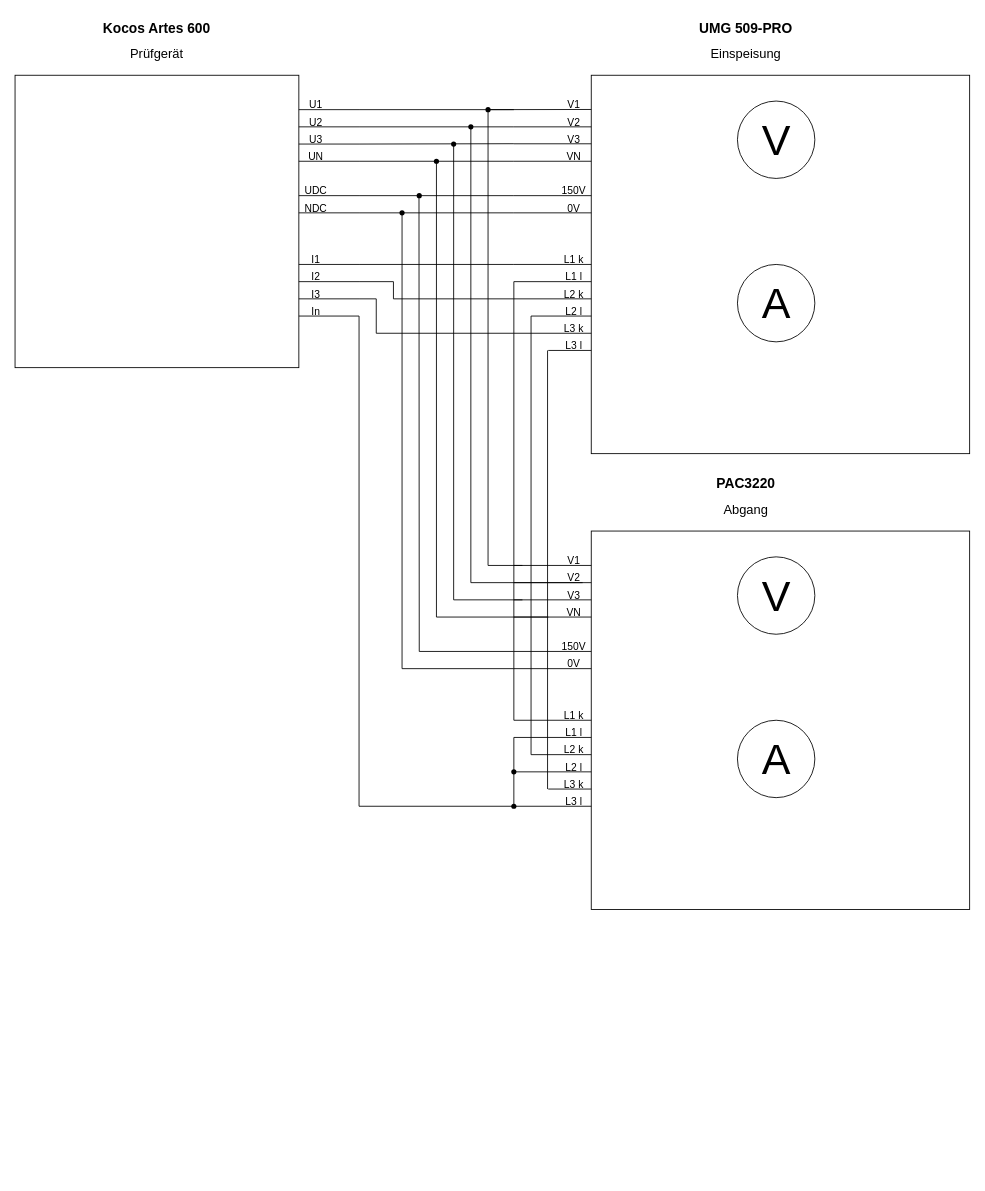
This is visuals/Testmessung1.drawio from Helge-Steinhorst/ISO50001WebBrowser, a draw.io file, before an edit. Source tidied: cells renumbered, new cells numbered last; positions are measured from the earlier drawing's top-left corner, leaving out a move shared by most shapes. Both pictures are drawn from the tidied source at 86%, with x=0, y=0 at pixel (15, 15).
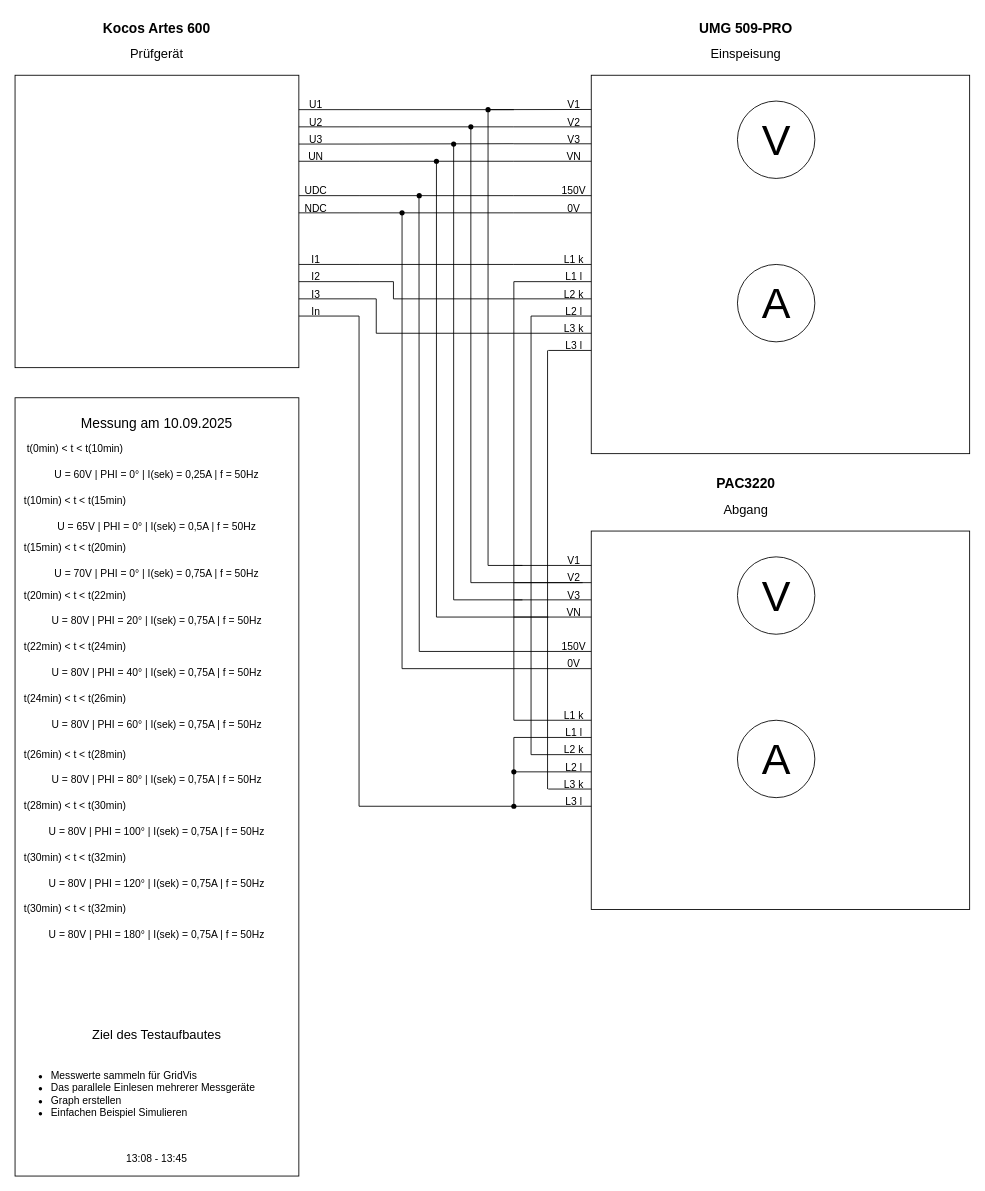
The same diagram, later.

Change to the diagram source:
```diff
@@
+    <mxCell id="124" style="rounded=0;whiteSpace=wrap;html=1;fillColor=none;" parent="1" vertex="1">
+      <mxGeometry y="445" width="330" height="905" as="geometry" />
+    </mxCell>
@@
+    <mxCell id="125" value="Messung am 10.09.2025" style="text;html=1;align=center;verticalAlign=middle;whiteSpace=wrap;rounded=0;fontSize=16;" parent="1" vertex="1">
+      <mxGeometry y="460" width="330" height="30" as="geometry" />
+    </mxCell>
+    <mxCell id="126" value="t(0min) &amp;lt; t &amp;lt; t(10min)" style="text;html=1;align=center;verticalAlign=middle;whiteSpace=wrap;rounded=0;" parent="1" vertex="1">
+      <mxGeometry y="490" width="140" height="30" as="geometry" />
+    </mxCell>
+    <mxCell id="127" value="U = 60V | PHI = 0° | I(sek) = 0,25A | f = 50Hz" style="text;html=1;align=center;verticalAlign=middle;whiteSpace=wrap;rounded=0;" parent="1" vertex="1">
+      <mxGeometry y="520" width="330" height="30" as="geometry" />
+    </mxCell>
+    <mxCell id="128" value="t(10min) &amp;lt; t &amp;lt; t(15min)" style="text;html=1;align=center;verticalAlign=middle;whiteSpace=wrap;rounded=0;" parent="1" vertex="1">
+      <mxGeometry y="550" width="140" height="30" as="geometry" />
+    </mxCell>
+    <mxCell id="129" value="U = 65V | PHI = 0° | I(sek) = 0,5A | f = 50Hz" style="text;html=1;align=center;verticalAlign=middle;whiteSpace=wrap;rounded=0;" parent="1" vertex="1">
+      <mxGeometry y="580" width="330" height="30" as="geometry" />
+    </mxCell>
+    <mxCell id="130" value="t(15min) &amp;lt; t &amp;lt; t(20min)" style="text;html=1;align=center;verticalAlign=middle;whiteSpace=wrap;rounded=0;" parent="1" vertex="1">
+      <mxGeometry y="605" width="140" height="30" as="geometry" />
+    </mxCell>
+    <mxCell id="131" value="U = 70V | PHI = 0° | I(sek) = 0,75A | f = 50Hz" style="text;html=1;align=center;verticalAlign=middle;whiteSpace=wrap;rounded=0;" parent="1" vertex="1">
+      <mxGeometry y="635" width="330" height="30" as="geometry" />
+    </mxCell>
+    <mxCell id="132" value="t(20min) &amp;lt; t &amp;lt; t(22min)" style="text;html=1;align=center;verticalAlign=middle;whiteSpace=wrap;rounded=0;" parent="1" vertex="1">
+      <mxGeometry y="660" width="140" height="30" as="geometry" />
+    </mxCell>
+    <mxCell id="133" value="U = 80V | PHI = 20° | I(sek) = 0,75A | f = 50Hz" style="text;html=1;align=center;verticalAlign=middle;whiteSpace=wrap;rounded=0;" parent="1" vertex="1">
+      <mxGeometry y="690" width="330" height="30" as="geometry" />
+    </mxCell>
+    <mxCell id="134" value="&lt;font style=&quot;font-size: 15px;&quot;&gt;Ziel des Testaufbautes&lt;/font&gt;" style="text;html=1;align=center;verticalAlign=middle;whiteSpace=wrap;rounded=0;" parent="1" vertex="1">
+      <mxGeometry y="1170" width="330" height="30" as="geometry" />
+    </mxCell>
+    <mxCell id="135" value="&lt;ul&gt;&lt;li&gt;Messwerte sammeln für GridVis&lt;/li&gt;&lt;li&gt;Das parallele Einlesen mehrerer Messgeräte&lt;/li&gt;&lt;li&gt;Graph erstellen&lt;/li&gt;&lt;li&gt;Einfachen Beispiel Simulieren&lt;/li&gt;&lt;/ul&gt;" style="text;html=1;align=left;verticalAlign=middle;whiteSpace=wrap;rounded=0;" parent="1" vertex="1">
+      <mxGeometry y="1200" width="330" height="110" as="geometry" />
+    </mxCell>
+    <mxCell id="136" value="13:08 - 13:45" style="text;html=1;align=center;verticalAlign=middle;whiteSpace=wrap;rounded=0;" parent="1" vertex="1">
+      <mxGeometry y="1315" width="330" height="30" as="geometry" />
+    </mxCell>
+    <mxCell id="137" value="t(22min) &amp;lt; t &amp;lt; t(24min)" style="text;html=1;align=center;verticalAlign=middle;whiteSpace=wrap;rounded=0;" parent="1" vertex="1">
+      <mxGeometry y="720" width="140" height="30" as="geometry" />
+    </mxCell>
+    <mxCell id="138" value="U = 80V | PHI = 40° | I(sek) = 0,75A | f = 50Hz" style="text;html=1;align=center;verticalAlign=middle;whiteSpace=wrap;rounded=0;" parent="1" vertex="1">
+      <mxGeometry y="750" width="330" height="30" as="geometry" />
+    </mxCell>
+    <mxCell id="139" value="t(24min) &amp;lt; t &amp;lt; t(26min)" style="text;html=1;align=center;verticalAlign=middle;whiteSpace=wrap;rounded=0;" parent="1" vertex="1">
+      <mxGeometry y="780" width="140" height="30" as="geometry" />
+    </mxCell>
+    <mxCell id="140" value="U = 80V | PHI = 60° | I(sek) = 0,75A | f = 50Hz" style="text;html=1;align=center;verticalAlign=middle;whiteSpace=wrap;rounded=0;" parent="1" vertex="1">
+      <mxGeometry y="810" width="330" height="30" as="geometry" />
+    </mxCell>
+    <mxCell id="141" value="t(26min) &amp;lt; t &amp;lt; t(28min)" style="text;html=1;align=center;verticalAlign=middle;whiteSpace=wrap;rounded=0;" parent="1" vertex="1">
+      <mxGeometry y="845" width="140" height="30" as="geometry" />
+    </mxCell>
+    <mxCell id="142" value="U = 80V | PHI = 80° | I(sek) = 0,75A | f = 50Hz" style="text;html=1;align=center;verticalAlign=middle;whiteSpace=wrap;rounded=0;" parent="1" vertex="1">
+      <mxGeometry y="875" width="330" height="30" as="geometry" />
+    </mxCell>
+    <mxCell id="143" value="t(28min) &amp;lt; t &amp;lt; t(30min)" style="text;html=1;align=center;verticalAlign=middle;whiteSpace=wrap;rounded=0;" parent="1" vertex="1">
+      <mxGeometry y="905" width="140" height="30" as="geometry" />
+    </mxCell>
+    <mxCell id="144" value="U = 80V | PHI = 100° | I(sek) = 0,75A | f = 50Hz" style="text;html=1;align=center;verticalAlign=middle;whiteSpace=wrap;rounded=0;" parent="1" vertex="1">
+      <mxGeometry y="935" width="330" height="30" as="geometry" />
+    </mxCell>
+    <mxCell id="145" value="t(30min) &amp;lt; t &amp;lt; t(32min)" style="text;html=1;align=center;verticalAlign=middle;whiteSpace=wrap;rounded=0;" parent="1" vertex="1">
+      <mxGeometry y="965" width="140" height="30" as="geometry" />
+    </mxCell>
+    <mxCell id="146" value="U = 80V | PHI = 120° | I(sek) = 0,75A | f = 50Hz" style="text;html=1;align=center;verticalAlign=middle;whiteSpace=wrap;rounded=0;" parent="1" vertex="1">
+      <mxGeometry y="995" width="330" height="30" as="geometry" />
+    </mxCell>
+    <mxCell id="147" value="t(30min) &amp;lt; t &amp;lt; t(32min)" style="text;html=1;align=center;verticalAlign=middle;whiteSpace=wrap;rounded=0;" parent="1" vertex="1">
+      <mxGeometry y="1025" width="140" height="30" as="geometry" />
+    </mxCell>
+    <mxCell id="148" value="U = 80V | PHI = 180° | I(sek) = 0,75A | f = 50Hz" style="text;html=1;align=center;verticalAlign=middle;whiteSpace=wrap;rounded=0;" parent="1" vertex="1">
+      <mxGeometry y="1055" width="330" height="30" as="geometry" />
+    </mxCell>
```
